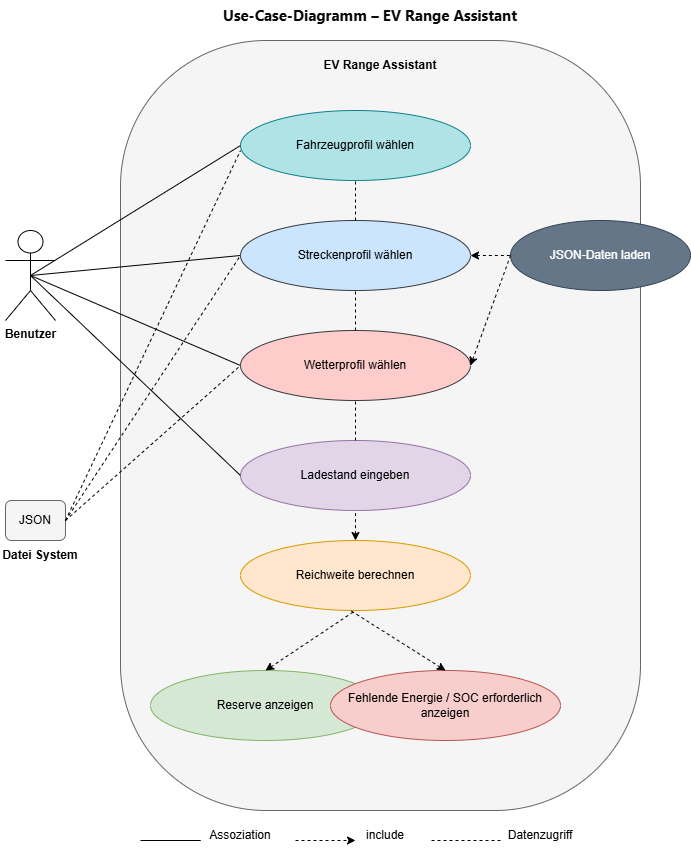
This is docs/UseCase.png from roprmt00/Semesterbegleitendes-Projekt, a draw.io export, as it was before one commit. Source tidied: cells renumbered, new cells last; positions are measured from the earlier drawing's top-left corner, leaving out a move shared by most shapes.
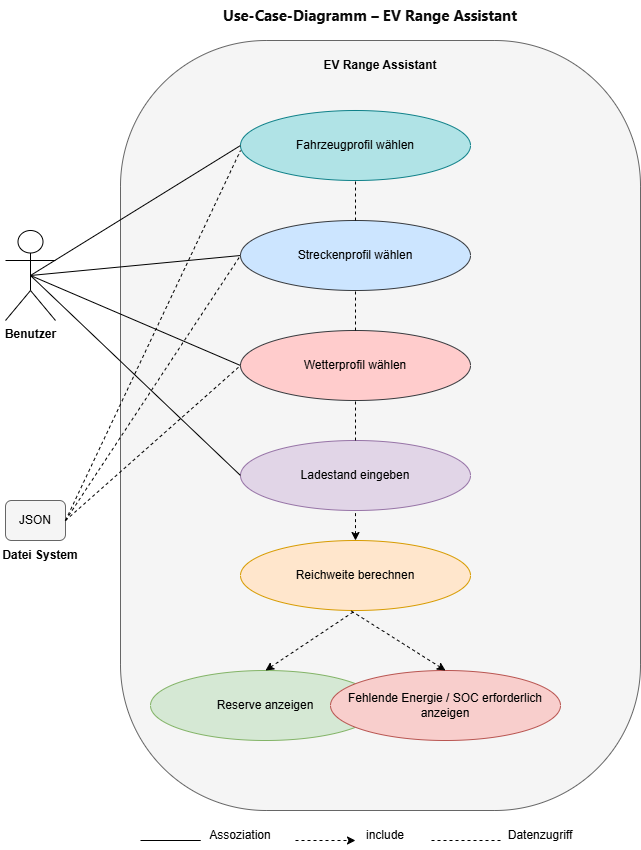
After the commit.

Commit message:
USE-Case wurde angepasst als auch Klassendiagramm da Kommilitone andere Berzeichnunen verwendet hat

Diff of the diagram source:
```diff
@@ -67,9 +67,6 @@
     <mxCell id="22" style="rounded=1;whiteSpace=wrap;html=1;fillColor=#f5f5f5;fontColor=#333333;strokeColor=#666666;" parent="1" vertex="1">
       <mxGeometry x="5" y="500" width="60" height="40" as="geometry" />
     </mxCell>
-    <mxCell id="23" value="JSON-Daten laden" style="ellipse;whiteSpace=wrap;html=1;fillColor=#647687;fontColor=#ffffff;strokeColor=#314354;" parent="1" vertex="1">
-      <mxGeometry x="510" y="220" width="180" height="70" as="geometry" />
-    </mxCell>
     <mxCell id="24" value="JSON" style="text;html=1;whiteSpace=wrap;strokeColor=none;fillColor=none;align=center;verticalAlign=middle;rounded=0;" parent="1" vertex="1">
       <mxGeometry x="5" y="505" width="60" height="30" as="geometry" />
     </mxCell>
@@ -87,12 +84,6 @@
     <mxCell id="28" value="Datei System" style="text;html=1;whiteSpace=wrap;strokeColor=none;fillColor=none;align=center;verticalAlign=middle;rounded=0;strokeWidth=1;fontStyle=1;" parent="1" vertex="1">
       <mxGeometry y="540" width="80" height="30" as="geometry" />
     </mxCell>
-    <mxCell id="29" style="endArrow=none;dashed=1;html=1;rounded=0;entryX=0;entryY=0.5;entryDx=0;entryDy=0;exitX=1;exitY=0.5;exitDx=0;exitDy=0;startArrow=classic;startFill=1;" parent="1" edge="1" source="7" target="23">
-      <mxGeometry relative="1" as="geometry" />
-    </mxCell>
-    <mxCell id="30" style="endArrow=none;dashed=1;html=1;rounded=0;entryX=0;entryY=0.5;entryDx=0;entryDy=0;exitX=1;exitY=0.5;exitDx=0;exitDy=0;startArrow=classic;startFill=1;" parent="1" edge="1" source="6" target="23">
-      <mxGeometry relative="1" as="geometry" />
-    </mxCell>
     <mxCell id="31" style="endArrow=none;html=1;rounded=0;" parent="1" edge="1">
       <mxGeometry relative="1" as="geometry">
         <mxPoint x="180" y="840" as="sourcePoint" />
```
